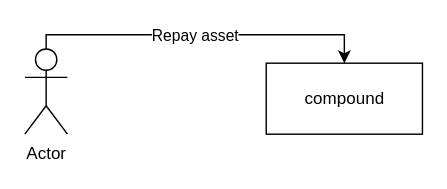
Before: docs/images/uc_repay.drawio in fox-one/compound, a draw.io diagram. Source tidied: cells renumbered, new cells numbered last; positions are measured from the earlier drawing's top-left corner, leaving out a move shared by most shapes. Both pictures are drawn from the tidied source at 142%, with x=0, y=0 at pixel (24, 34).
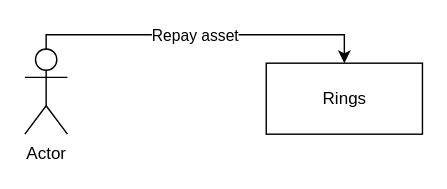
The same diagram, later.

The edit, as a diff of the source:
```diff
@@
 <mxGraphModel>
   <root>
     <mxCell id="0" />
     <mxCell id="1" parent="0" />
     <mxCell id="2" style="edgeStyle=orthogonalEdgeStyle;rounded=0;jettySize=auto;html=1;entryX=0.5;entryY=0;entryDx=0;entryDy=0;" parent="1" edge="1" source="4" target="5">
       <mxGeometry relative="1" as="geometry">
         <Array as="points">
           <mxPoint x="15" />
           <mxPoint x="225" />
         </Array>
       </mxGeometry>
     </mxCell>
     <mxCell id="3" value="Repay asset" style="edgeLabel;html=1;align=center;verticalAlign=middle;" parent="2" vertex="1">
       <mxGeometry x="-0.05" relative="1" as="geometry" />
     </mxCell>
     <mxCell id="4" value="Actor" style="shape=umlActor;verticalLabelPosition=bottom;verticalAlign=top;html=1;" parent="1" vertex="1">
       <mxGeometry y="10" width="30" height="60" as="geometry" />
     </mxCell>
-    <mxCell id="5" value="compound" style="html=1;" parent="1" vertex="1">
+    <mxCell id="5" value="Rings" style="html=1;" parent="1" vertex="1">
       <mxGeometry x="170" y="20" width="110" height="50" as="geometry" />
     </mxCell>
   </root>
 </mxGraphModel>
```
